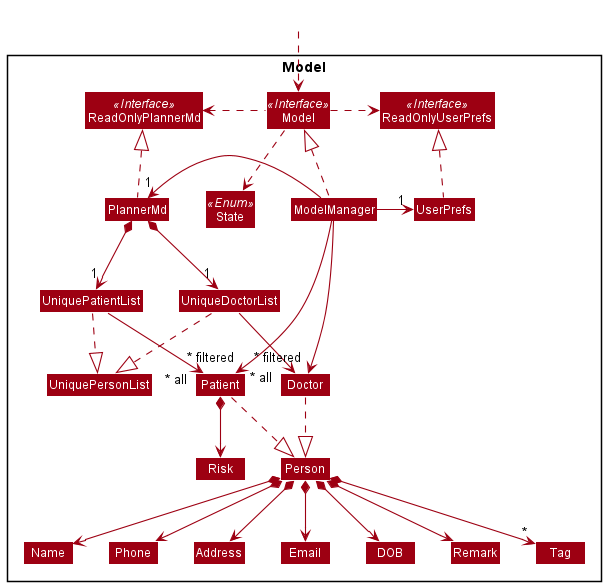
Above: docs/images/ModelClassDiagram.png in nus-cs2103-AY2122S1/tp (PlantUML), before the change.
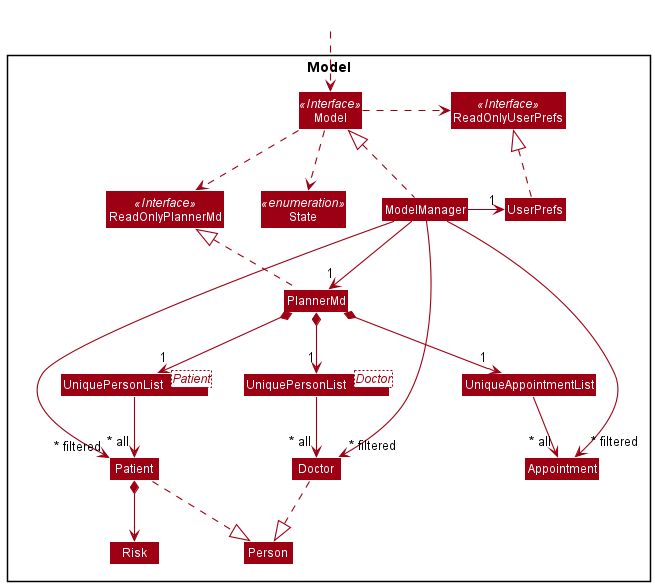
The same diagram one commit later.

Change to the diagram source:
```diff
@@ -8,7 +8,7 @@
 Interface ReadOnlyPlannerMd <<Interface>>
 Interface ReadOnlyUserPrefs <<Interface>>
 Interface Model <<Interface>>
-Enum State <<Enum>>
+Enum State <<enumeration>>
 Class PlannerMd
 Class ReadOnlyPlannerMd
 Class Model
@@ -16,59 +16,44 @@
 Class UserPrefs
 Class ReadOnlyUserPrefs
 
-
-Class UniquePersonList
-Class UniquePatientList
-Class UniqueDoctorList
+Class "UniquePersonList<Patient>" as patient
+Class "UniquePersonList<Doctor>" as doctor
+Class UniqueAppointmentList
 Class Person
 Class Patient
+Class Risk
 Class Doctor
-Class Address
-Class Email
-Class Name
-Class Phone
-Class DOB
-Class Remark
-Class Tag
-Class Risk
 
+
+Class Appointment
 }
 
 Class HiddenOutside #FFFFFF
 HiddenOutside ..> Model
 
-
-
 ModelManager .up.|> Model
 Model .down.> State
 Model .right.> ReadOnlyUserPrefs
-Model .left.> ReadOnlyPlannerMd
-ModelManager -left-> "1" PlannerMd
+Model ..> ReadOnlyPlannerMd
+ModelManager -down-> "1" PlannerMd
 ModelManager -right-> "1" UserPrefs
 PlannerMd .up.|> ReadOnlyPlannerMd
 UserPrefs .up.|> ReadOnlyUserPrefs
 
 Patient .down.|> Person
 Doctor .down.|> Person
-PlannerMd *--> "1" UniquePatientList
-PlannerMd *--> "1" UniqueDoctorList
-UniquePatientList .down.|> UniquePersonList
-UniqueDoctorList .down.|> UniquePersonList
-UniquePatientList --> "~* all" Patient
-UniqueDoctorList --> "~* all" Doctor
-Person *--> Name
-Person *--> Phone
-Person *--> Email
-Person *--> Address
-Person *--> DOB
-Person *--> Remark
-Person *--> "*" Tag
-Patient *--> Risk
+PlannerMd *--> "1" UniqueAppointmentList
+PlannerMd *--> "1" patient
+PlannerMd *--> "1" doctor
 
-Name -[hidden]right-> Phone
-Phone -[hidden]right-> Address
-Address -[hidden]right-> Email
 
-ModelManager -->"~* filtered" Patient
-ModelManager -->"~* filtered" Doctor
+UniqueAppointmentList -->  "~* all" Appointment
+patient -->  "~* all" Patient
+doctor --> "~* all" Doctor
+
+Patient *-down-> Risk
+
+ModelManager -right->"~* filtered" Patient
+ModelManager -right->"~* filtered" Doctor
+ModelManager -->"~* filtered" Appointment
 @enduml
```
